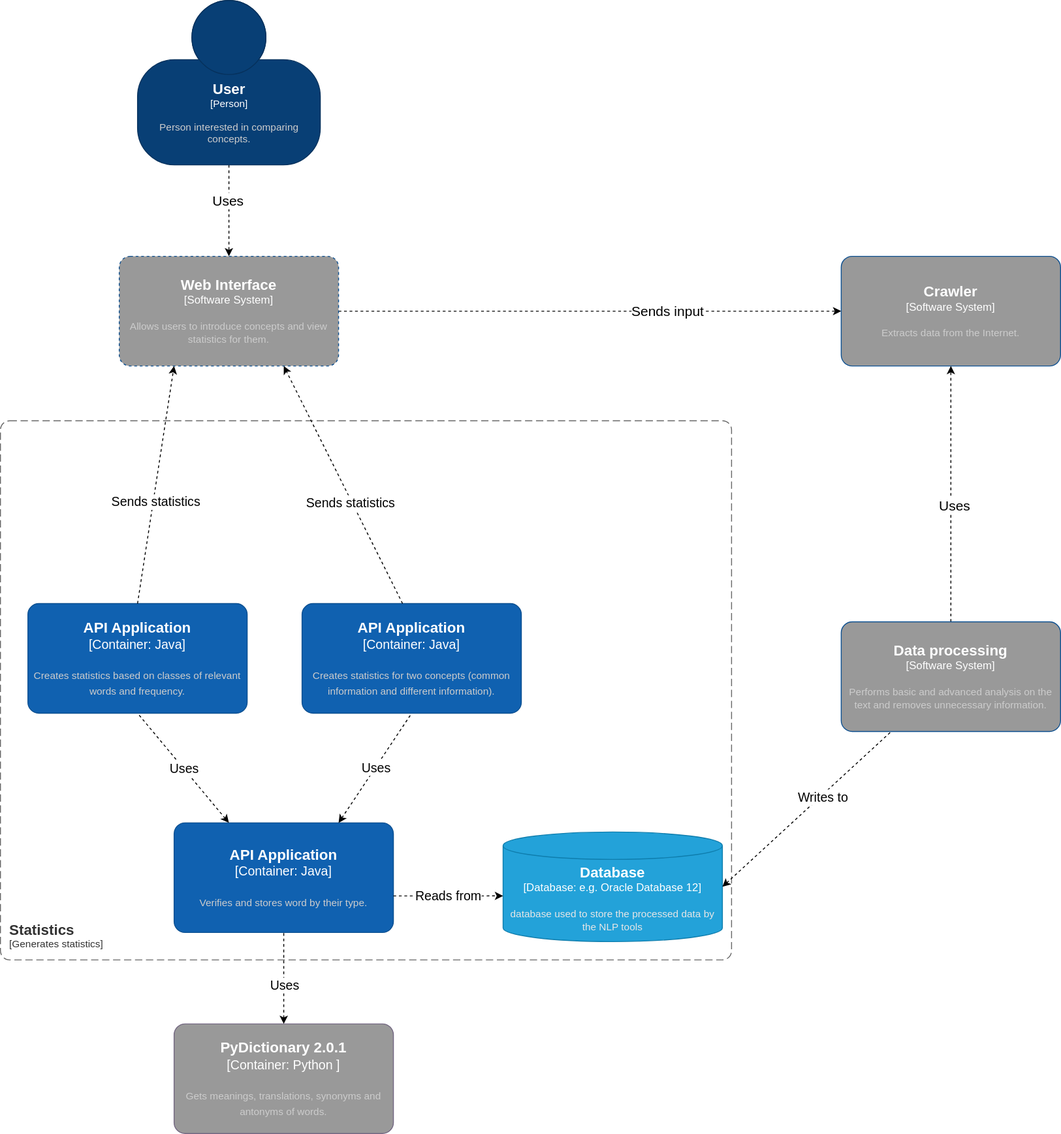
The draw.io diagram Diagrams/Statistics/C4 - Level 2.drawio.svg in teodorabreahna/IP-2022, before a commit. Source tidied: cells renumbered, new cells last; positions are measured from the earlier drawing's top-left corner, leaving out a move shared by most shapes. Its diagram source:
```xml
<mxGraphModel>
  <root>
    <mxCell id="0" />
    <mxCell id="1" parent="0" />
    <mxCell id="2" style="edgeStyle=orthogonalEdgeStyle;rounded=0;jettySize=auto;html=1;exitX=0.5;exitY=1;exitDx=0;exitDy=0;exitPerimeter=0;dashed=1;" parent="1" edge="1" source="4" target="7">
      <mxGeometry relative="1" as="geometry" />
    </mxCell>
    <mxCell id="3" value="Uses" style="edgeLabel;html=1;align=center;verticalAlign=middle;fontSize=15;" parent="2" vertex="1">
      <mxGeometry x="-0.24" y="-2" relative="1" as="geometry" />
    </mxCell>
    <object id="4" label="&lt;font style=&quot;font-size: 16px&quot;&gt;&lt;b&gt;%c4Name%&lt;/b&gt;&lt;/font&gt;&lt;div&gt;[%c4Type%]&lt;/div&gt;&lt;br&gt;&lt;div&gt;&lt;font style=&quot;font-size: 11px&quot;&gt;&lt;font color=&quot;#cccccc&quot;&gt;%c4Description%&lt;/font&gt;&lt;/div&gt;" c4Description="Person interested in comparing &#10;concepts." c4Name="User" c4Type="Person" placeholders="1">
      <mxCell style="html=1;fontSize=11;dashed=0;whitespace=wrap;fillColor=#083F75;strokeColor=#06315C;fontColor=#ffffff;shape=mxgraph.c4.person2;align=center;points=[[0.5,0,0],[1,0.5,0],[1,0.75,0],[0.75,1,0],[0.5,1,0],[0.25,1,0],[0,0.75,0],[0,0.5,0]];" parent="1" vertex="1">
        <mxGeometry x="150" width="200" height="180" as="geometry" />
      </mxCell>
    </object>
    <mxCell id="5" style="edgeStyle=orthogonalEdgeStyle;rounded=0;jettySize=auto;html=1;exitX=1;exitY=0.5;exitDx=0;exitDy=0;exitPerimeter=0;dashed=1;fontSize=15;entryX=0;entryY=0.5;entryDx=0;entryDy=0;entryPerimeter=0;" parent="1" edge="1" source="7" target="8">
      <mxGeometry relative="1" as="geometry" />
    </mxCell>
    <mxCell id="6" value="Sends input" style="edgeLabel;html=1;align=center;verticalAlign=middle;fontSize=15;" parent="5" vertex="1">
      <mxGeometry x="0.31" y="1" relative="1" as="geometry" />
    </mxCell>
    <object id="7" label="&lt;font style=&quot;font-size: 16px&quot;&gt;&lt;b&gt;%c4Name%&lt;/b&gt;&lt;/font&gt;&lt;div&gt;[%c4Type%]&lt;/div&gt;&lt;br&gt;&lt;div&gt;&lt;font style=&quot;font-size: 11px&quot;&gt;&lt;font color=&quot;#cccccc&quot;&gt;%c4Description%&lt;/font&gt;&lt;/div&gt;" c4Description="Allows users to introduce concepts and view statistics for them." c4Name="Web Interface" c4Type="Software System" placeholders="1">
      <mxCell style="rounded=1;whiteSpace=wrap;html=1;labelBackgroundColor=none;fillColor=#999999;fontColor=#ffffff;align=center;arcSize=10;strokeColor=#0D5091;points=[[0.25,0,0],[0.5,0,0],[0.75,0,0],[1,0.25,0],[1,0.5,0],[1,0.75,0],[0.75,1,0],[0.5,1,0],[0.25,1,0],[0,0.75,0],[0,0.5,0],[0,0.25,0]];dashed=1;" parent="1" vertex="1">
        <mxGeometry x="130" y="280" width="240" height="120" as="geometry" />
      </mxCell>
    </object>
    <object id="8" label="&lt;font style=&quot;font-size: 16px&quot;&gt;&lt;b&gt;%c4Name%&lt;/b&gt;&lt;/font&gt;&lt;div&gt;[%c4Type%]&lt;/div&gt;&lt;br&gt;&lt;div&gt;&lt;font style=&quot;font-size: 11px&quot;&gt;&lt;font color=&quot;#cccccc&quot;&gt;%c4Description%&lt;/font&gt;&lt;/div&gt;" c4Description="Extracts data from the Internet." c4Name="Crawler" c4Type="Software System" placeholders="1">
      <mxCell style="rounded=1;whiteSpace=wrap;html=1;labelBackgroundColor=none;fillColor=#999999;fontColor=#ffffff;align=center;arcSize=10;strokeColor=#0D5091;points=[[0.25,0,0],[0.5,0,0],[0.75,0,0],[1,0.25,0],[1,0.5,0],[1,0.75,0],[0.75,1,0],[0.5,1,0],[0.25,1,0],[0,0.75,0],[0,0.5,0],[0,0.25,0]];" parent="1" vertex="1">
        <mxGeometry x="920" y="280" width="240" height="120" as="geometry" />
      </mxCell>
    </object>
    <mxCell id="9" style="edgeStyle=orthogonalEdgeStyle;rounded=0;jettySize=auto;html=1;exitX=0.5;exitY=0;exitDx=0;exitDy=0;exitPerimeter=0;dashed=1;fontSize=15;entryX=0.5;entryY=1;entryDx=0;entryDy=0;entryPerimeter=0;" parent="1" edge="1" source="11" target="8">
      <mxGeometry relative="1" as="geometry" />
    </mxCell>
    <mxCell id="10" value="Uses" style="edgeLabel;html=1;align=center;verticalAlign=middle;fontSize=15;" parent="9" vertex="1">
      <mxGeometry x="-0.08" y="-3" relative="1" as="geometry" />
    </mxCell>
    <object id="11" label="&lt;font style=&quot;font-size: 16px&quot;&gt;&lt;b&gt;%c4Name%&lt;/b&gt;&lt;/font&gt;&lt;div&gt;[%c4Type%]&lt;/div&gt;&lt;br&gt;&lt;div&gt;&lt;font style=&quot;font-size: 11px&quot;&gt;&lt;font color=&quot;#cccccc&quot;&gt;%c4Description%&lt;/font&gt;&lt;/div&gt;" c4Description="Performs basic and advanced analysis on the text and removes unnecessary information." c4Name="Data processing" c4Type="Software System" placeholders="1">
      <mxCell style="rounded=1;whiteSpace=wrap;html=1;labelBackgroundColor=none;fillColor=#999999;fontColor=#ffffff;align=center;arcSize=10;strokeColor=#0D5091;points=[[0.25,0,0],[0.5,0,0],[0.75,0,0],[1,0.25,0],[1,0.5,0],[1,0.75,0],[0.75,1,0],[0.5,1,0],[0.25,1,0],[0,0.75,0],[0,0.5,0],[0,0.25,0]];" parent="1" vertex="1">
        <mxGeometry x="920" y="680" width="240" height="120" as="geometry" />
      </mxCell>
    </object>
    <object id="12" label="&lt;font style=&quot;font-size: 16px&quot;&gt;&lt;b&gt;&lt;div style=&quot;text-align: left&quot;&gt;%c4Name%&lt;/div&gt;&lt;/b&gt;&lt;/font&gt;&lt;div style=&quot;text-align: left&quot;&gt;[%c4Application%]&lt;/div&gt;" c4Application="Generates statistics" c4Name="Statistics" c4Type="SystemScopeBoundary" placeholders="1">
      <mxCell style="rounded=1;fontSize=11;whiteSpace=wrap;html=1;dashed=1;arcSize=20;fillColor=none;strokeColor=#666666;fontColor=#333333;labelBackgroundColor=none;align=left;verticalAlign=bottom;labelBorderColor=none;spacingTop=0;spacing=10;dashPattern=8 4;perimeter=rectanglePerimeter;noLabel=0;labelPadding=0;absoluteArcSize=1;" parent="1" vertex="1">
        <mxGeometry y="460" width="800" height="590" as="geometry" />
      </mxCell>
    </object>
    <object id="13" label="&lt;font style=&quot;font-size: 16px&quot;&gt;&lt;b&gt;%c4Type%&lt;/font&gt;&lt;div&gt;[%c4Container%:&amp;nbsp;%c4Technology%]&lt;/div&gt;&lt;br&gt;&lt;div&gt;&lt;font style=&quot;font-size: 11px&quot;&gt;&lt;font color=&quot;#E6E6E6&quot;&gt;%c4Description%&lt;/font&gt;&lt;/div&gt;" c4Container="Database" c4Description="database used to store the processed data by the NLP tools" c4Technology="e.g. Oracle Database 12" c4Type="Database" placeholders="1">
      <mxCell style="shape=cylinder3;size=15;whiteSpace=wrap;html=1;boundedLbl=1;rounded=0;labelBackgroundColor=none;fillColor=#23A2D9;fontSize=12;fontColor=#ffffff;align=center;strokeColor=#0E7DAD;points=[[0.5,0,0],[1,0.25,0],[1,0.5,0],[1,0.75,0],[0.5,1,0],[0,0.75,0],[0,0.5,0],[0,0.25,0]];" parent="1" vertex="1">
        <mxGeometry x="550" y="910" width="240" height="120" as="geometry" />
      </mxCell>
    </object>
    <mxCell id="14" style="endArrow=none;dashed=1;html=1;rounded=0;startArrow=classic;startFill=1;" parent="1" edge="1" target="11">
      <mxGeometry relative="1" as="geometry">
        <mxPoint x="790" y="970" as="sourcePoint" />
      </mxGeometry>
    </mxCell>
    <mxCell id="15" value="&lt;font style=&quot;font-size: 14px&quot;&gt;Writes to&lt;/font&gt;" style="edgeLabel;html=1;align=center;verticalAlign=middle;" parent="14" vertex="1">
      <mxGeometry x="0.17" y="-2" relative="1" as="geometry" />
    </mxCell>
    <object id="16" label="&lt;font style=&quot;font-size: 16px&quot;&gt;&lt;b&gt;%c4Name%&lt;/b&gt;&lt;/font&gt;&lt;div&gt;[%c4Type%]&lt;/div&gt;&lt;br&gt;&lt;div&gt;&lt;font style=&quot;font-size: 11px&quot;&gt;&lt;font color=&quot;#cccccc&quot;&gt;%c4Description%&lt;/font&gt;&lt;/div&gt;" c4Description="Verifies and stores word by their type." c4Name="API Application" c4Type="Container: Java" placeholders="1">
      <mxCell style="rounded=1;whiteSpace=wrap;html=1;labelBackgroundColor=none;fillColor=#1061B0;fontColor=#ffffff;align=center;arcSize=10;strokeColor=#0D5091;points=[[0.25,0,0],[0.5,0,0],[0.75,0,0],[1,0.25,0],[1,0.5,0],[1,0.75,0],[0.75,1,0],[0.5,1,0],[0.25,1,0],[0,0.75,0],[0,0.5,0],[0,0.25,0]];fontSize=14;" parent="1" vertex="1">
        <mxGeometry x="190" y="900" width="240" height="120" as="geometry" />
      </mxCell>
    </object>
    <mxCell id="17" style="endArrow=classic;dashed=1;html=1;rounded=0;fontSize=14;entryX=0;entryY=0.583;entryDx=0;entryDy=0;entryPerimeter=0;endFill=1;" parent="1" edge="1" target="13">
      <mxGeometry relative="1" as="geometry">
        <mxPoint x="430" y="980" as="sourcePoint" />
      </mxGeometry>
    </mxCell>
    <mxCell id="18" value="Reads from" style="edgeLabel;html=1;align=center;verticalAlign=middle;fontSize=14;" parent="17" vertex="1">
      <mxGeometry x="0.19" relative="1" as="geometry">
        <mxPoint x="-11" as="offset" />
      </mxGeometry>
    </mxCell>
    <object id="19" label="&lt;font style=&quot;font-size: 16px&quot;&gt;&lt;b&gt;%c4Name%&lt;/b&gt;&lt;/font&gt;&lt;div&gt;[%c4Type%]&lt;/div&gt;&lt;br&gt;&lt;div&gt;&lt;font style=&quot;font-size: 11px&quot;&gt;&lt;font color=&quot;#cccccc&quot;&gt;%c4Description%&lt;/font&gt;&lt;/div&gt;" c4Description="Gets meanings, translations, synonyms and antonyms of words." c4Name="PyDictionary 2.0.1" c4Type="Container: Python " placeholders="1">
      <mxCell style="rounded=1;whiteSpace=wrap;html=1;labelBackgroundColor=none;fillColor=#999999;fontColor=#ffffff;align=center;arcSize=10;strokeColor=#736782;points=[[0.25,0,0],[0.5,0,0],[0.75,0,0],[1,0.25,0],[1,0.5,0],[1,0.75,0],[0.75,1,0],[0.5,1,0],[0.25,1,0],[0,0.75,0],[0,0.5,0],[0,0.25,0]];fontSize=14;" parent="1" vertex="1">
        <mxGeometry x="190" y="1120" width="240" height="120" as="geometry" />
      </mxCell>
    </object>
    <mxCell id="20" style="endArrow=none;dashed=1;html=1;rounded=0;fontSize=14;exitX=0.5;exitY=0;exitDx=0;exitDy=0;exitPerimeter=0;endFill=0;startArrow=classic;startFill=1;entryX=0.5;entryY=1;entryDx=0;entryDy=0;entryPerimeter=0;" parent="1" edge="1" source="19" target="16">
      <mxGeometry relative="1" as="geometry" />
    </mxCell>
    <mxCell id="21" value="Uses" style="edgeLabel;html=1;align=center;verticalAlign=middle;fontSize=14;" parent="20" vertex="1">
      <mxGeometry x="-0.38" y="-3" relative="1" as="geometry">
        <mxPoint x="-3" y="-12" as="offset" />
      </mxGeometry>
    </mxCell>
    <object id="22" label="&lt;font style=&quot;font-size: 16px&quot;&gt;&lt;b&gt;%c4Name%&lt;/b&gt;&lt;/font&gt;&lt;div&gt;[%c4Type%]&lt;/div&gt;&lt;br&gt;&lt;div&gt;&lt;font style=&quot;font-size: 11px&quot;&gt;&lt;font color=&quot;#cccccc&quot;&gt;%c4Description%&lt;/font&gt;&lt;/div&gt;" c4Description="Creates statistics based on classes of relevant words and frequency." c4Name="API Application" c4Type="Container: Java" placeholders="1">
      <mxCell style="rounded=1;whiteSpace=wrap;html=1;labelBackgroundColor=none;fillColor=#1061B0;fontColor=#ffffff;align=center;arcSize=10;strokeColor=#0D5091;points=[[0.25,0,0],[0.5,0,0],[0.75,0,0],[1,0.25,0],[1,0.5,0],[1,0.75,0],[0.75,1,0],[0.5,1,0],[0.25,1,0],[0,0.75,0],[0,0.5,0],[0,0.25,0]];fontSize=14;" parent="1" vertex="1">
        <mxGeometry x="30" y="660" width="240" height="120" as="geometry" />
      </mxCell>
    </object>
    <mxCell id="23" style="endArrow=none;dashed=1;html=1;rounded=0;fontSize=14;startArrow=classic;startFill=1;exitX=0.25;exitY=0;exitDx=0;exitDy=0;exitPerimeter=0;entryX=0.5;entryY=1;entryDx=0;entryDy=0;entryPerimeter=0;" parent="1" edge="1" source="16" target="22">
      <mxGeometry relative="1" as="geometry" />
    </mxCell>
    <mxCell id="24" value="Uses" style="edgeLabel;html=1;align=center;verticalAlign=middle;fontSize=14;" parent="23" vertex="1">
      <mxGeometry x="-0.25" y="1" relative="1" as="geometry">
        <mxPoint x="-12" y="-16" as="offset" />
      </mxGeometry>
    </mxCell>
    <object id="25" label="&lt;font style=&quot;font-size: 16px&quot;&gt;&lt;b&gt;%c4Name%&lt;/b&gt;&lt;/font&gt;&lt;div&gt;[%c4Type%]&lt;/div&gt;&lt;br&gt;&lt;div&gt;&lt;font style=&quot;font-size: 11px&quot;&gt;&lt;font color=&quot;#cccccc&quot;&gt;%c4Description%&lt;/font&gt;&lt;/div&gt;" c4Description="Creates statistics for two concepts (common information and different information)." c4Name="API Application" c4Type="Container: Java" placeholders="1">
      <mxCell style="rounded=1;whiteSpace=wrap;html=1;labelBackgroundColor=none;fillColor=#1061B0;fontColor=#ffffff;align=center;arcSize=10;strokeColor=#0D5091;points=[[0.25,0,0],[0.5,0,0],[0.75,0,0],[1,0.25,0],[1,0.5,0],[1,0.75,0],[0.75,1,0],[0.5,1,0],[0.25,1,0],[0,0.75,0],[0,0.5,0],[0,0.25,0]];fontSize=14;" parent="1" vertex="1">
        <mxGeometry x="330" y="660" width="240" height="120" as="geometry" />
      </mxCell>
    </object>
    <mxCell id="26" style="endArrow=none;dashed=1;html=1;rounded=0;fontSize=14;exitX=0.75;exitY=0;exitDx=0;exitDy=0;exitPerimeter=0;startArrow=classic;startFill=1;entryX=0.5;entryY=1;entryDx=0;entryDy=0;entryPerimeter=0;" parent="1" edge="1" source="16" target="25">
      <mxGeometry relative="1" as="geometry" />
    </mxCell>
    <mxCell id="27" value="Uses" style="edgeLabel;html=1;align=center;verticalAlign=middle;fontSize=14;" parent="26" vertex="1">
      <mxGeometry x="-0.24" y="-3" relative="1" as="geometry">
        <mxPoint x="7" y="-16" as="offset" />
      </mxGeometry>
    </mxCell>
    <mxCell id="28" style="endArrow=classic;dashed=1;html=1;rounded=0;fontSize=14;entryX=0.25;entryY=1;entryDx=0;entryDy=0;entryPerimeter=0;endFill=1;" parent="1" edge="1" target="7">
      <mxGeometry relative="1" as="geometry">
        <mxPoint x="150" y="660" as="sourcePoint" />
      </mxGeometry>
    </mxCell>
    <mxCell id="29" value="Sends statistics" style="edgeLabel;html=1;align=center;verticalAlign=middle;fontSize=14;" parent="28" vertex="1">
      <mxGeometry x="-0.14" y="-2" relative="1" as="geometry" />
    </mxCell>
    <mxCell id="30" style="endArrow=classic;dashed=1;html=1;rounded=0;fontSize=14;entryX=0.75;entryY=1;entryDx=0;entryDy=0;entryPerimeter=0;endFill=1;" parent="1" edge="1" target="7">
      <mxGeometry relative="1" as="geometry">
        <mxPoint x="440" y="660" as="sourcePoint" />
      </mxGeometry>
    </mxCell>
    <mxCell id="31" value="Sends statistics" style="edgeLabel;html=1;align=center;verticalAlign=middle;fontSize=14;" parent="30" vertex="1">
      <mxGeometry x="-0.1" y="-1" relative="1" as="geometry">
        <mxPoint y="7" as="offset" />
      </mxGeometry>
    </mxCell>
  </root>
</mxGraphModel>
```
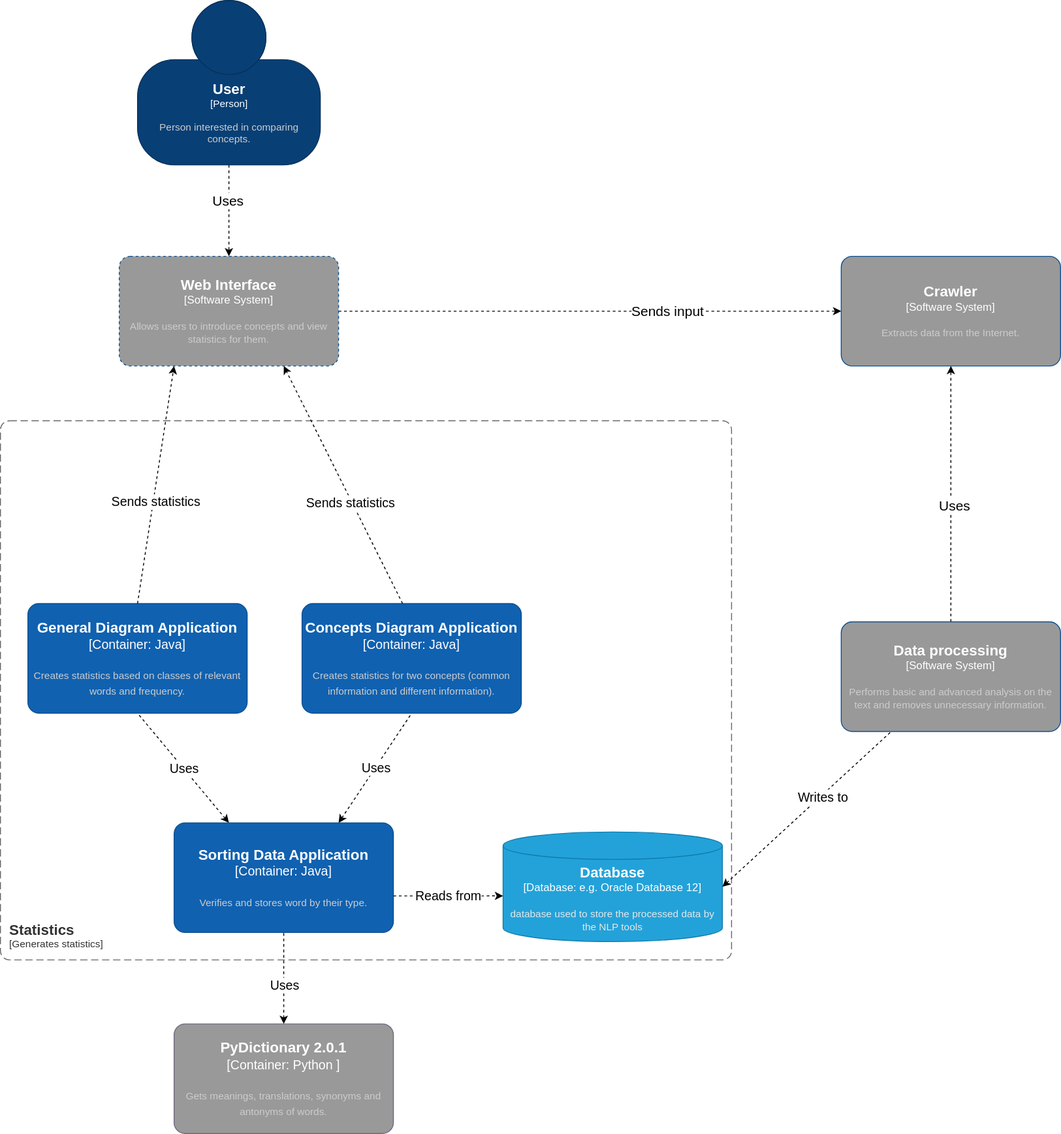
Above is the later version.

The edit, as a diff of the source:
```diff
@@ -58,7 +58,7 @@
     <mxCell id="15" value="&lt;font style=&quot;font-size: 14px&quot;&gt;Writes to&lt;/font&gt;" style="edgeLabel;html=1;align=center;verticalAlign=middle;" parent="14" vertex="1">
       <mxGeometry x="0.17" y="-2" relative="1" as="geometry" />
     </mxCell>
-    <object id="16" label="&lt;font style=&quot;font-size: 16px&quot;&gt;&lt;b&gt;%c4Name%&lt;/b&gt;&lt;/font&gt;&lt;div&gt;[%c4Type%]&lt;/div&gt;&lt;br&gt;&lt;div&gt;&lt;font style=&quot;font-size: 11px&quot;&gt;&lt;font color=&quot;#cccccc&quot;&gt;%c4Description%&lt;/font&gt;&lt;/div&gt;" c4Description="Verifies and stores word by their type." c4Name="API Application" c4Type="Container: Java" placeholders="1">
+    <object id="16" label="&lt;font style=&quot;font-size: 16px&quot;&gt;&lt;b&gt;%c4Name%&lt;/b&gt;&lt;/font&gt;&lt;div&gt;[%c4Type%]&lt;/div&gt;&lt;br&gt;&lt;div&gt;&lt;font style=&quot;font-size: 11px&quot;&gt;&lt;font color=&quot;#cccccc&quot;&gt;%c4Description%&lt;/font&gt;&lt;/div&gt;" c4Description="Verifies and stores word by their type." c4Name="Sorting Data Application" c4Type="Container: Java" placeholders="1">
       <mxCell style="rounded=1;whiteSpace=wrap;html=1;labelBackgroundColor=none;fillColor=#1061B0;fontColor=#ffffff;align=center;arcSize=10;strokeColor=#0D5091;points=[[0.25,0,0],[0.5,0,0],[0.75,0,0],[1,0.25,0],[1,0.5,0],[1,0.75,0],[0.75,1,0],[0.5,1,0],[0.25,1,0],[0,0.75,0],[0,0.5,0],[0,0.25,0]];fontSize=14;" parent="1" vertex="1">
         <mxGeometry x="190" y="900" width="240" height="120" as="geometry" />
       </mxCell>
@@ -86,7 +86,7 @@
         <mxPoint x="-3" y="-12" as="offset" />
       </mxGeometry>
     </mxCell>
-    <object id="22" label="&lt;font style=&quot;font-size: 16px&quot;&gt;&lt;b&gt;%c4Name%&lt;/b&gt;&lt;/font&gt;&lt;div&gt;[%c4Type%]&lt;/div&gt;&lt;br&gt;&lt;div&gt;&lt;font style=&quot;font-size: 11px&quot;&gt;&lt;font color=&quot;#cccccc&quot;&gt;%c4Description%&lt;/font&gt;&lt;/div&gt;" c4Description="Creates statistics based on classes of relevant words and frequency." c4Name="API Application" c4Type="Container: Java" placeholders="1">
+    <object id="22" label="&lt;font style=&quot;font-size: 16px&quot;&gt;&lt;b&gt;%c4Name%&lt;/b&gt;&lt;/font&gt;&lt;div&gt;[%c4Type%]&lt;/div&gt;&lt;br&gt;&lt;div&gt;&lt;font style=&quot;font-size: 11px&quot;&gt;&lt;font color=&quot;#cccccc&quot;&gt;%c4Description%&lt;/font&gt;&lt;/div&gt;" c4Description="Creates statistics based on classes of relevant words and frequency." c4Name="General Diagram Application" c4Type="Container: Java" placeholders="1">
       <mxCell style="rounded=1;whiteSpace=wrap;html=1;labelBackgroundColor=none;fillColor=#1061B0;fontColor=#ffffff;align=center;arcSize=10;strokeColor=#0D5091;points=[[0.25,0,0],[0.5,0,0],[0.75,0,0],[1,0.25,0],[1,0.5,0],[1,0.75,0],[0.75,1,0],[0.5,1,0],[0.25,1,0],[0,0.75,0],[0,0.5,0],[0,0.25,0]];fontSize=14;" parent="1" vertex="1">
         <mxGeometry x="30" y="660" width="240" height="120" as="geometry" />
       </mxCell>
@@ -99,7 +99,7 @@
         <mxPoint x="-12" y="-16" as="offset" />
       </mxGeometry>
     </mxCell>
-    <object id="25" label="&lt;font style=&quot;font-size: 16px&quot;&gt;&lt;b&gt;%c4Name%&lt;/b&gt;&lt;/font&gt;&lt;div&gt;[%c4Type%]&lt;/div&gt;&lt;br&gt;&lt;div&gt;&lt;font style=&quot;font-size: 11px&quot;&gt;&lt;font color=&quot;#cccccc&quot;&gt;%c4Description%&lt;/font&gt;&lt;/div&gt;" c4Description="Creates statistics for two concepts (common information and different information)." c4Name="API Application" c4Type="Container: Java" placeholders="1">
+    <object id="25" label="&lt;font style=&quot;font-size: 16px&quot;&gt;&lt;b&gt;%c4Name%&lt;/b&gt;&lt;/font&gt;&lt;div&gt;[%c4Type%]&lt;/div&gt;&lt;br&gt;&lt;div&gt;&lt;font style=&quot;font-size: 11px&quot;&gt;&lt;font color=&quot;#cccccc&quot;&gt;%c4Description%&lt;/font&gt;&lt;/div&gt;" c4Description="Creates statistics for two concepts (common information and different information)." c4Name="Concepts Diagram Application" c4Type="Container: Java" placeholders="1">
       <mxCell style="rounded=1;whiteSpace=wrap;html=1;labelBackgroundColor=none;fillColor=#1061B0;fontColor=#ffffff;align=center;arcSize=10;strokeColor=#0D5091;points=[[0.25,0,0],[0.5,0,0],[0.75,0,0],[1,0.25,0],[1,0.5,0],[1,0.75,0],[0.75,1,0],[0.5,1,0],[0.25,1,0],[0,0.75,0],[0,0.5,0],[0,0.25,0]];fontSize=14;" parent="1" vertex="1">
         <mxGeometry x="330" y="660" width="240" height="120" as="geometry" />
       </mxCell>
```
